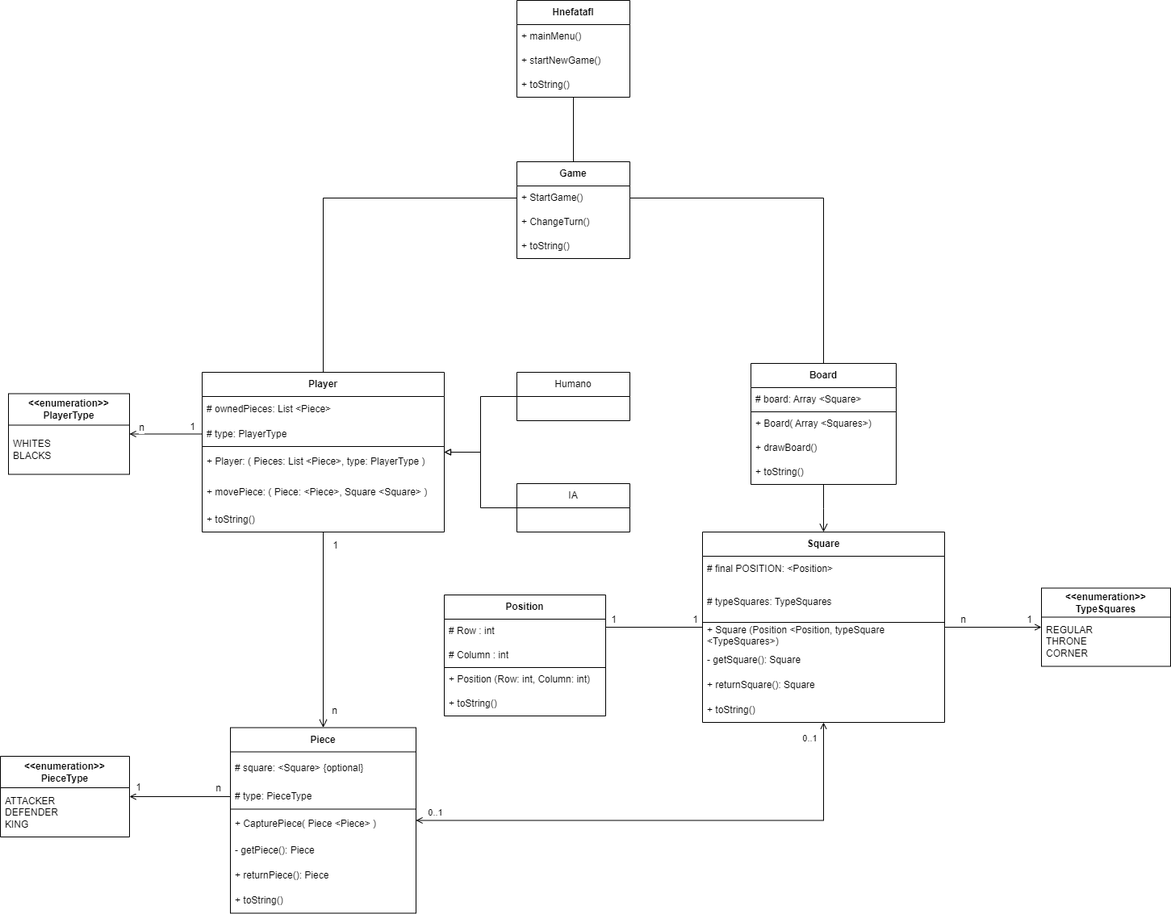
Earlier version of the draw.io export diagrams/ClassDiagram.drawio.png (jvazmor497/Hnefatafl). Source tidied: cells renumbered, new cells last; positions are measured from the earlier drawing's top-left corner, leaving out a move shared by most shapes.
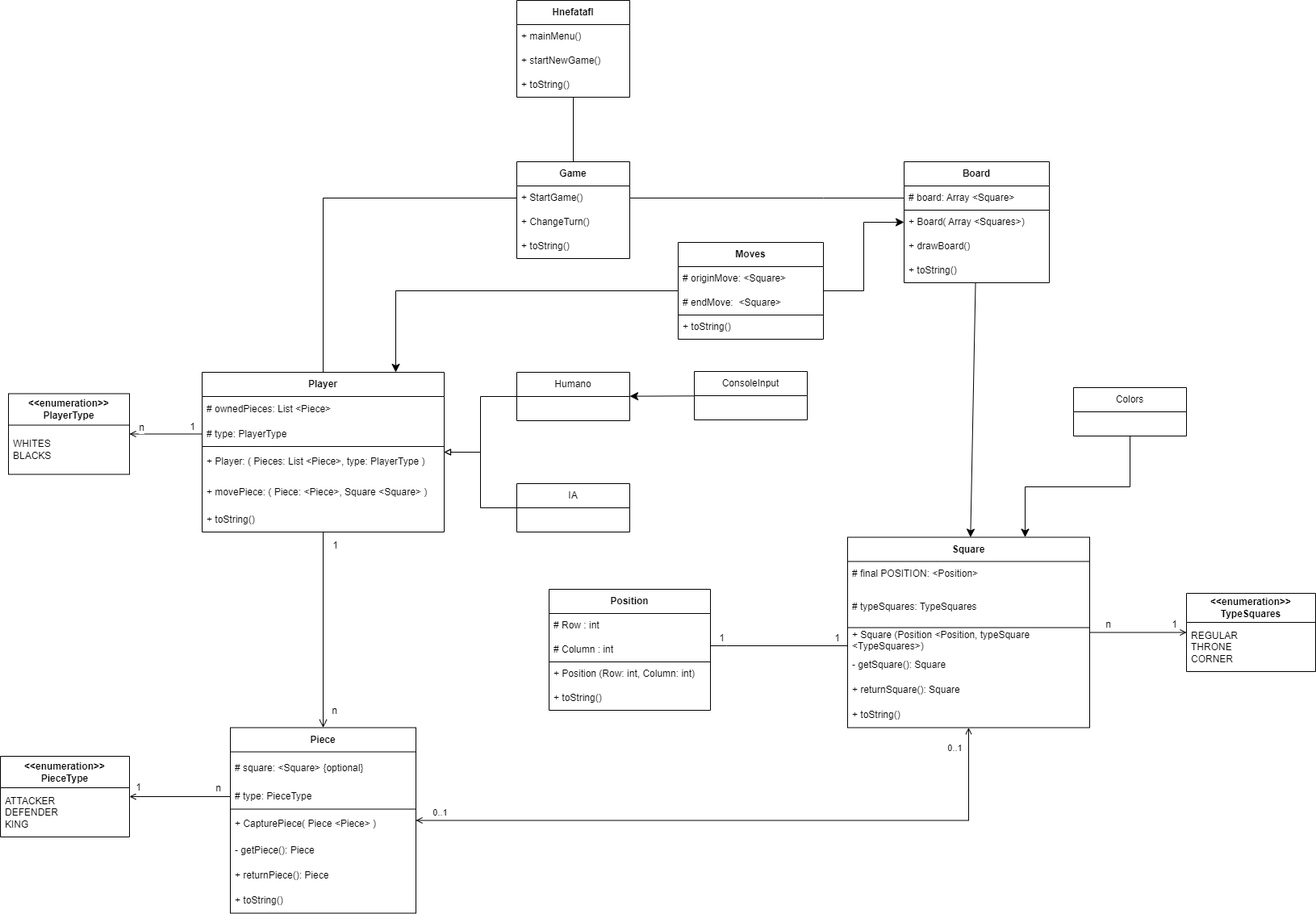
The same file after the commit.

What changed in the source:
```diff
@@ -2,16 +2,11 @@
   <root>
     <mxCell id="0" />
     <mxCell id="1" parent="0" />
-    <mxCell id="2" style="edgeStyle=orthogonalEdgeStyle;rounded=0;jettySize=auto;html=1;fontSize=12;startSize=8;endSize=8;endArrow=open;endFill=0;" parent="1" edge="1" source="3" target="41">
-      <mxGeometry relative="1" as="geometry">
-        <Array as="points">
-          <mxPoint x="1020" y="630" />
-          <mxPoint x="1020" y="630" />
-        </Array>
-      </mxGeometry>
+    <mxCell id="2" style="edgeStyle=none;curved=1;rounded=0;jettySize=auto;html=1;fontSize=12;startSize=8;endSize=8;" parent="1" edge="1" source="3" target="41">
+      <mxGeometry relative="1" as="geometry" />
     </mxCell>
     <mxCell id="3" value="&lt;b&gt;Board&lt;/b&gt;" style="swimlane;fontStyle=0;horizontal=1;startSize=30;whiteSpace=wrap;html=1;flipH=1;" parent="1" vertex="1">
-      <mxGeometry x="930" y="450" width="180" height="150" as="geometry" />
+      <mxGeometry x="1120" y="200" width="180" height="150" as="geometry" />
     </mxCell>
     <mxCell id="4" value="# board: Array &amp;lt;Square&amp;gt;" style="text;strokeColor=none;fillColor=none;align=left;verticalAlign=middle;spacingLeft=4;spacingRight=4;overflow=hidden;whiteSpace=wrap;html=1;" parent="3" vertex="1">
       <mxGeometry y="30" width="180" height="30" as="geometry" />
@@ -55,7 +50,11 @@
       </mxGeometry>
     </mxCell>
     <mxCell id="15" style="edgeStyle=orthogonalEdgeStyle;rounded=0;jettySize=auto;html=1;fontFamily=Helvetica;fontSize=12;fontColor=default;fontStyle=0;endArrow=open;endFill=0;startArrow=open;startFill=0;" parent="1" edge="1" source="18" target="41">
-      <mxGeometry relative="1" as="geometry" />
+      <mxGeometry relative="1" as="geometry">
+        <Array as="points">
+          <mxPoint x="1200" y="1017" />
+        </Array>
+      </mxGeometry>
     </mxCell>
     <mxCell id="16" value="0..1" style="edgeLabel;html=1;align=center;verticalAlign=middle;" parent="15" vertex="1">
       <mxGeometry x="-0.93" y="-3" relative="1" as="geometry">
@@ -146,7 +145,7 @@
       <mxGeometry y="90" width="140" height="30" as="geometry" />
     </mxCell>
     <mxCell id="41" value="&lt;b&gt;Square&lt;/b&gt;" style="swimlane;fontStyle=0;horizontal=1;startSize=30;whiteSpace=wrap;html=1;points=[[0,0,0,0,0],[0,0.25,0,0,0],[0,0.5,0,0,0],[0,0.75,0,0,0],[0,1,0,0,0],[0.25,0,0,0,0],[0.25,1,0,0,0],[0.5,0,0,0,0],[0.5,1,0,0,0],[0.75,0,0,0,0],[0.75,1,0,0,0],[1,0,0,0,0],[1,0.25,0,0,0],[1,0.5,0,0,0],[1,0.75,0,0,0],[1,1,0,0,0]];" parent="1" vertex="1">
-      <mxGeometry x="870" y="659" width="300" height="236" as="geometry" />
+      <mxGeometry x="1050" y="665.5" width="300" height="236" as="geometry" />
     </mxCell>
     <mxCell id="42" value="# final POSITION: &amp;lt;Position&amp;gt;" style="text;strokeColor=none;fillColor=none;align=left;verticalAlign=middle;spacingLeft=4;spacingRight=4;overflow=hidden;whiteSpace=wrap;html=1;" parent="41" vertex="1">
       <mxGeometry y="30" width="300" height="31" as="geometry" />
@@ -170,7 +169,7 @@
       <mxGeometry y="205" width="300" height="31" as="geometry" />
     </mxCell>
     <mxCell id="49" value="&lt;b&gt;Position&lt;/b&gt;" style="swimlane;fontStyle=0;horizontal=1;startSize=30;whiteSpace=wrap;html=1;" parent="1" vertex="1">
-      <mxGeometry x="550" y="737" width="200" height="150" as="geometry" />
+      <mxGeometry x="680" y="730" width="200" height="150" as="geometry" />
     </mxCell>
     <mxCell id="50" value="# Row : int" style="text;strokeColor=none;fillColor=none;align=left;verticalAlign=middle;spacingLeft=4;spacingRight=4;overflow=hidden;whiteSpace=wrap;html=1;" parent="49" vertex="1">
       <mxGeometry y="30" width="200" height="30" as="geometry" />
@@ -214,7 +213,7 @@
       </mxGeometry>
     </mxCell>
     <mxCell id="61" value="&lt;b&gt;&amp;lt;&amp;lt;enumeration&amp;gt;&amp;gt; TypeSquares&lt;/b&gt;" style="swimlane;fontStyle=0;horizontal=1;startSize=36;whiteSpace=wrap;html=1;" parent="1" vertex="1">
-      <mxGeometry x="1290" y="728.5" width="160" height="97" as="geometry" />
+      <mxGeometry x="1470" y="735" width="160" height="97" as="geometry" />
     </mxCell>
     <mxCell id="62" value="&lt;div&gt;REGULAR&lt;/div&gt;&lt;div&gt;THRONE&lt;/div&gt;&lt;div&gt;CORNER&lt;/div&gt;" style="text;strokeColor=none;fillColor=none;align=left;verticalAlign=middle;spacingLeft=4;spacingRight=4;overflow=hidden;whiteSpace=wrap;html=1;" parent="61" vertex="1">
       <mxGeometry y="36" width="160" height="61" as="geometry" />
@@ -265,5 +264,50 @@
     <mxCell id="76" style="endArrow=none;html=1;rounded=0;" parent="1" edge="1" source="37" target="72">
       <mxGeometry relative="1" as="geometry" />
     </mxCell>
+    <mxCell id="77" style="edgeStyle=orthogonalEdgeStyle;rounded=0;jettySize=auto;html=1;fontSize=12;startSize=8;endSize=8;" parent="1" edge="1" source="78" target="27">
+      <mxGeometry relative="1" as="geometry">
+        <Array as="points">
+          <mxPoint x="490" y="360" />
+        </Array>
+      </mxGeometry>
+    </mxCell>
+    <mxCell id="78" value="&lt;b&gt;Moves&lt;/b&gt;" style="swimlane;fontStyle=0;horizontal=1;startSize=30;whiteSpace=wrap;html=1;flipH=1;" parent="1" vertex="1">
+      <mxGeometry x="840" y="300" width="180" height="120" as="geometry" />
+    </mxCell>
+    <mxCell id="79" value="# originMove: &amp;lt;Square&amp;gt;" style="text;strokeColor=none;fillColor=none;align=left;verticalAlign=middle;spacingLeft=4;spacingRight=4;overflow=hidden;whiteSpace=wrap;html=1;" parent="78" vertex="1">
+      <mxGeometry y="30" width="180" height="30" as="geometry" />
+    </mxCell>
+    <mxCell id="80" value="# endMove:&amp;nbsp; &amp;lt;Square&amp;gt;" style="text;strokeColor=none;fillColor=none;align=left;verticalAlign=middle;spacingLeft=4;spacingRight=4;overflow=hidden;whiteSpace=wrap;html=1;" parent="78" vertex="1">
+      <mxGeometry y="60" width="180" height="30" as="geometry" />
+    </mxCell>
+    <mxCell id="81" style="endArrow=none;html=1;rounded=0;fontFamily=Helvetica;fontSize=12;fontColor=default;entryX=1;entryY=0;entryDx=0;entryDy=0;entryPerimeter=0;exitX=0;exitY=0;exitDx=0;exitDy=0;exitPerimeter=0;" parent="78" edge="1">
+      <mxGeometry relative="1" as="geometry">
+        <mxPoint y="90" as="sourcePoint" />
+        <mxPoint x="180" y="90" as="targetPoint" />
+      </mxGeometry>
+    </mxCell>
+    <mxCell id="82" value="+ toString()" style="text;strokeColor=none;fillColor=none;align=left;verticalAlign=middle;spacingLeft=4;spacingRight=4;overflow=hidden;whiteSpace=wrap;html=1;" parent="78" vertex="1">
+      <mxGeometry y="90" width="180" height="30" as="geometry" />
+    </mxCell>
+    <mxCell id="83" style="edgeStyle=orthogonalEdgeStyle;rounded=0;jettySize=auto;html=1;fontSize=12;startSize=8;endSize=8;" parent="1" edge="1" source="78" target="3">
+      <mxGeometry relative="1" as="geometry" />
+    </mxCell>
+    <mxCell id="84" style="edgeStyle=none;curved=1;rounded=0;jettySize=auto;html=1;fontSize=12;startSize=8;endSize=8;" parent="1" edge="1" source="85" target="68">
+      <mxGeometry relative="1" as="geometry" />
+    </mxCell>
+    <mxCell id="85" value="ConsoleInput" style="swimlane;fontStyle=0;horizontal=1;startSize=30;whiteSpace=wrap;html=1;" parent="1" vertex="1">
+      <mxGeometry x="860" y="460" width="140" height="60" as="geometry" />
+    </mxCell>
+    <mxCell id="86" style="edgeStyle=orthogonalEdgeStyle;rounded=0;jettySize=auto;html=1;fontSize=12;startSize=8;endSize=8;" parent="1" edge="1" source="87" target="41">
+      <mxGeometry relative="1" as="geometry">
+        <Array as="points">
+          <mxPoint x="1400" y="603" />
+          <mxPoint x="1270" y="603" />
+        </Array>
+      </mxGeometry>
+    </mxCell>
+    <mxCell id="87" value="Colors" style="swimlane;fontStyle=0;horizontal=1;startSize=30;whiteSpace=wrap;html=1;" parent="1" vertex="1">
+      <mxGeometry x="1330" y="480" width="140" height="60" as="geometry" />
+    </mxCell>
   </root>
 </mxGraphModel>
```
